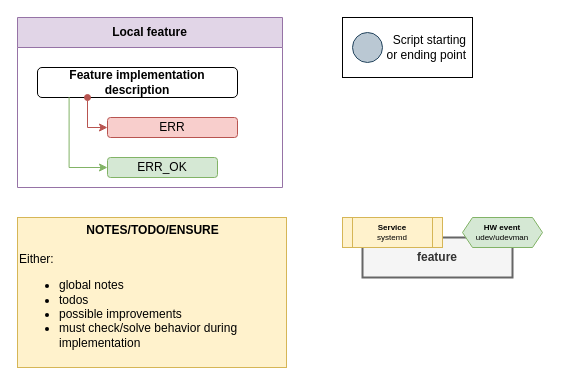
The draw.io diagram page "legend" (1 of 11) of docs/arch/arch.drawio in repeact/embedded-sw, before the edit. Source tidied: cells renumbered, new cells numbered last; positions are measured from the earlier drawing's top-left corner, leaving out a move shared by most shapes. Both pictures are drawn from the tidied source at 100%, with x=0, y=0 at pixel (17, 17).
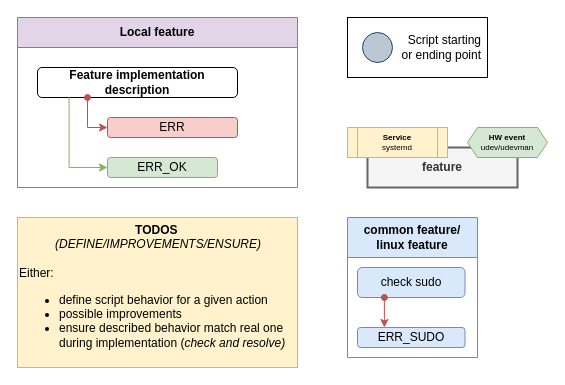
The same page after the edit.

What changed in the source:
```diff
@@
     <mxCell id="2" value="Script starting&lt;div&gt;or ending point&lt;/div&gt;" style="whiteSpace=wrap;html=1;align=right;spacingRight=4;" parent="1" vertex="1">
-      <mxGeometry x="325" width="130" height="60" as="geometry" />
+      <mxGeometry x="330" width="140" height="60" as="geometry" />
     </mxCell>
     <mxCell id="3" value="&lt;b&gt;feature&lt;/b&gt;" style="rounded=0;whiteSpace=wrap;html=1;strokeWidth=2;fillColor=#f5f5f5;strokeColor=#666666;fontColor=#333333;" parent="1" vertex="1">
-      <mxGeometry x="345" y="220" width="150" height="40" as="geometry" />
+      <mxGeometry x="350" y="130" width="150" height="40" as="geometry" />
     </mxCell>
     <mxCell id="4" value="&lt;b&gt;HW event&lt;/b&gt;&lt;div&gt;udev/udevman&lt;/div&gt;" style="shape=hexagon;perimeter=hexagonPerimeter2;whiteSpace=wrap;html=1;fixedSize=1;size=10;strokeWidth=1;fontSize=8;fillColor=#d5e8d4;strokeColor=#82b366;" parent="1" vertex="1">
-      <mxGeometry x="445" y="200" width="80" height="30" as="geometry" />
+      <mxGeometry x="450" y="110" width="80" height="30" as="geometry" />
     </mxCell>
     <mxCell id="5" value="&lt;div&gt;&lt;b&gt;Service&lt;/b&gt;&lt;br&gt;systemd&lt;/div&gt;" style="shape=process;whiteSpace=wrap;html=1;backgroundOutline=1;size=0.1;strokeWidth=1;fontSize=8;fillColor=#fff2cc;strokeColor=#d6b656;" parent="1" vertex="1">
-      <mxGeometry x="325" y="200" width="100" height="30" as="geometry" />
+      <mxGeometry x="330" y="110" width="100" height="30" as="geometry" />
     </mxCell>
     <mxCell id="6" value="Local feature" style="swimlane;whiteSpace=wrap;html=1;startSize=30;fillColor=#e1d5e7;strokeColor=#9673a6;" parent="1" vertex="1">
-      <mxGeometry width="265" height="170" as="geometry" />
+      <mxGeometry width="280" height="170" as="geometry" />
     </mxCell>
@@
-    <mxCell id="12" value="&lt;div style=&quot;text-align: center;&quot;&gt;&lt;span style=&quot;background-color: transparent; color: light-dark(rgb(0, 0, 0), rgb(255, 255, 255));&quot;&gt;NOTES/TODO/ENSURE&lt;/span&gt;&lt;/div&gt;&lt;div style=&quot;text-align: center;&quot;&gt;&lt;span style=&quot;background-color: transparent; color: light-dark(rgb(0, 0, 0), rgb(255, 255, 255));&quot;&gt;&lt;br&gt;&lt;/span&gt;&lt;/div&gt;&lt;div style=&quot;&quot;&gt;&lt;span style=&quot;background-color: transparent; color: light-dark(rgb(0, 0, 0), rgb(255, 255, 255)); font-weight: normal;&quot;&gt;Either:&lt;/span&gt;&lt;/div&gt;&lt;div&gt;&lt;ul&gt;&lt;li&gt;&lt;span style=&quot;font-weight: normal;&quot;&gt;global notes&lt;/span&gt;&lt;/li&gt;&lt;li&gt;&lt;span style=&quot;font-weight: normal;&quot;&gt;todos&lt;/span&gt;&lt;/li&gt;&lt;li&gt;&lt;span style=&quot;font-weight: normal;&quot;&gt;possible improvements&lt;/span&gt;&lt;/li&gt;&lt;li&gt;&lt;span style=&quot;font-weight: normal;&quot;&gt;must check/solve behavior during implementation&lt;/span&gt;&lt;/li&gt;&lt;/ul&gt;&lt;/div&gt;" style="rounded=0;whiteSpace=wrap;html=1;fillColor=#fff2cc;strokeColor=#d6b656;fontStyle=1;align=left;" parent="1" vertex="1">
-      <mxGeometry y="200" width="269" height="150" as="geometry" />
+    <mxCell id="12" value="&lt;div style=&quot;text-align: center;&quot;&gt;&lt;span style=&quot;background-color: transparent; color: light-dark(rgb(0, 0, 0), rgb(255, 255, 255));&quot;&gt;TODOS&amp;nbsp;&lt;/span&gt;&lt;/div&gt;&lt;div style=&quot;text-align: center;&quot;&gt;&lt;span style=&quot;background-color: transparent; color: light-dark(rgb(0, 0, 0), rgb(255, 255, 255));&quot;&gt;&lt;span style=&quot;font-weight: normal;&quot;&gt;&lt;i&gt;(DEFINE/IMPROVEMENTS/ENSURE)&lt;/i&gt;&lt;/span&gt;&lt;/span&gt;&lt;/div&gt;&lt;div style=&quot;text-align: center;&quot;&gt;&lt;span style=&quot;background-color: transparent; color: light-dark(rgb(0, 0, 0), rgb(255, 255, 255));&quot;&gt;&lt;br&gt;&lt;/span&gt;&lt;/div&gt;&lt;div style=&quot;&quot;&gt;&lt;span style=&quot;background-color: transparent; color: light-dark(rgb(0, 0, 0), rgb(255, 255, 255)); font-weight: normal;&quot;&gt;Either:&lt;/span&gt;&lt;/div&gt;&lt;div&gt;&lt;ul&gt;&lt;li&gt;&lt;span style=&quot;font-weight: 400;&quot;&gt;define script behavior for a given action&lt;/span&gt;&lt;/li&gt;&lt;li&gt;&lt;span style=&quot;font-weight: normal;&quot;&gt;possible improvements&lt;/span&gt;&lt;/li&gt;&lt;li&gt;&lt;span style=&quot;font-weight: normal;&quot;&gt;ensure&amp;nbsp;described behavior match real one during implementation (&lt;/span&gt;&lt;i style=&quot;font-weight: 400;&quot;&gt;check and resolve)&lt;/i&gt;&lt;/li&gt;&lt;/ul&gt;&lt;/div&gt;" style="rounded=0;whiteSpace=wrap;html=1;fillColor=#fff2cc;strokeColor=#d6b656;fontStyle=1;align=left;" parent="1" vertex="1">
+      <mxGeometry y="200" width="280" height="150" as="geometry" />
     </mxCell>
     <mxCell id="13" style="ellipse;whiteSpace=wrap;html=1;fillColor=#bac8d3;strokeColor=#23445d;" parent="1" vertex="1">
-      <mxGeometry x="335" y="15" width="30" height="30" as="geometry" />
+      <mxGeometry x="345" y="15" width="30" height="30" as="geometry" />
     </mxCell>
+    <mxCell id="14" value="common feature/&lt;div&gt;linux feature&lt;/div&gt;" style="swimlane;whiteSpace=wrap;html=1;startSize=40;fillColor=#dae8fc;strokeColor=#6c8ebf;" parent="1" vertex="1">
+      <mxGeometry x="330" y="200" width="130" height="140" as="geometry" />
+    </mxCell>
+    <mxCell id="15" value="check sudo" style="rounded=1;whiteSpace=wrap;html=1;fillColor=#dae8fc;strokeColor=#6c8ebf;" parent="14" vertex="1">
+      <mxGeometry x="10" y="50" width="107.5" height="30" as="geometry" />
+    </mxCell>
+    <mxCell id="16" style="edgeStyle=orthogonalEdgeStyle;rounded=0;jettySize=auto;html=1;entryX=0.25;entryY=0;entryDx=0;entryDy=0;startArrow=oval;startFill=1;exitX=0.25;exitY=1;exitDx=0;exitDy=0;fillColor=#f8cecc;strokeColor=#b85450;" parent="14" edge="1" source="15" target="17">
+      <mxGeometry relative="1" as="geometry" />
+    </mxCell>
+    <mxCell id="17" value="ERR_SUDO" style="rounded=1;whiteSpace=wrap;html=1;fillColor=#dae8fc;strokeColor=#6c8ebf;" parent="14" vertex="1">
+      <mxGeometry x="10" y="110" width="107.5" height="20" as="geometry" />
+    </mxCell>
```
